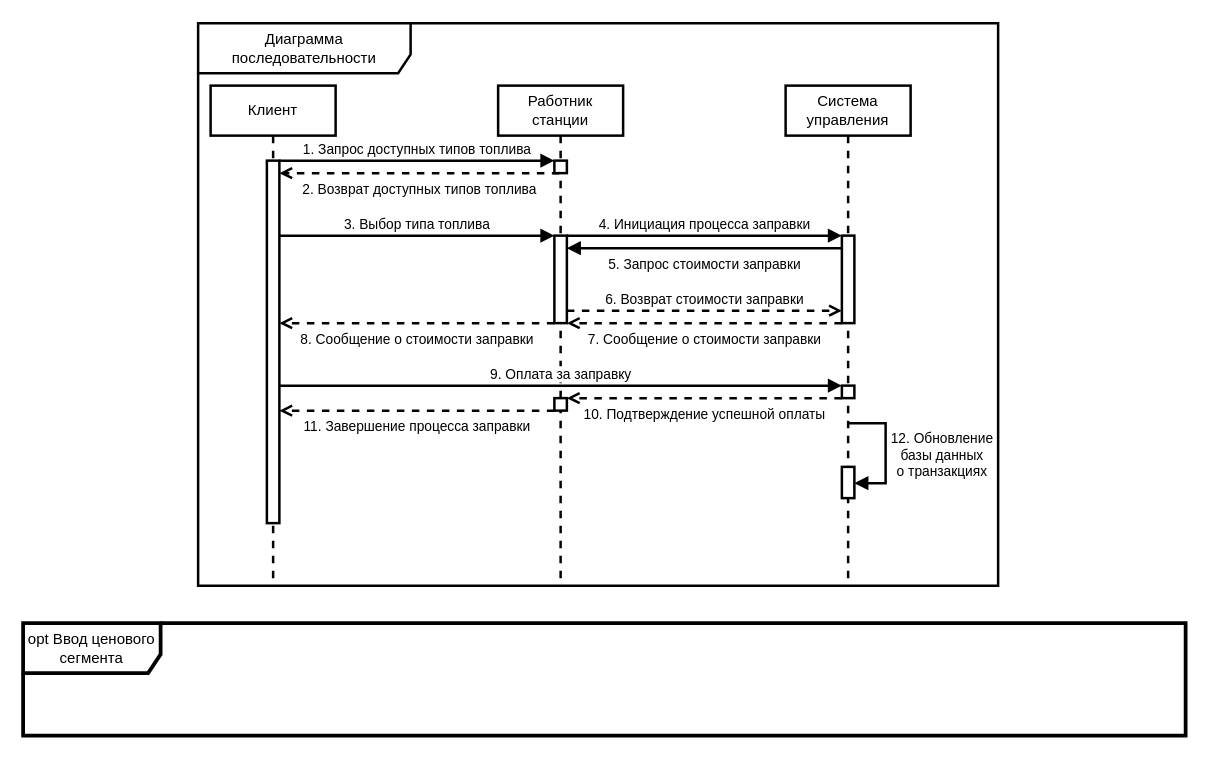
Earlier version of the draw.io diagram page "Page-1" (1 of 3) of 2.drawio (Helpmepleaseitishard/Aikms). Source tidied: cells renumbered, new cells numbered last; positions are measured from the earlier drawing's top-left corner, leaving out a move shared by most shapes. Both pictures are drawn from the tidied source at 125%, with x=0, y=0 at pixel (22, 22).
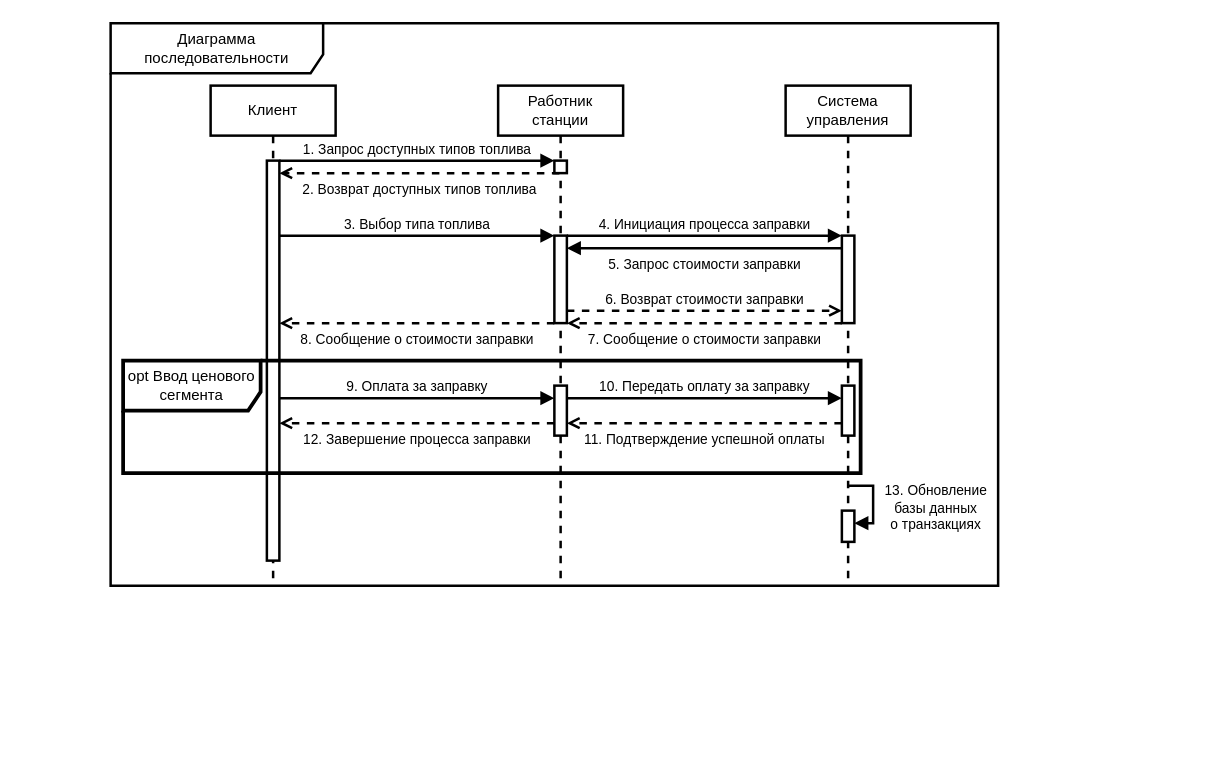
After the change.

The change refers to these unchanged cells:
```xml
<mxCell id="3" value="Клиент" style="shape=umlLifeline;perimeter=lifelinePerimeter;whiteSpace=wrap;html=1;newEdgeStyle={&quot;curved&quot;:0,&quot;rounded&quot;:0};strokeWidth=2;" parent="1" vertex="1">
  <mxGeometry x="150" y="50" width="100" height="400" as="geometry" />
</mxCell>
<mxCell id="5" value="Работник станции" style="shape=umlLifeline;perimeter=lifelinePerimeter;whiteSpace=wrap;html=1;outlineConnect=0;portConstraint=eastwest;newEdgeStyle={&quot;curved&quot;:0,&quot;rounded&quot;:0};strokeWidth=2;" parent="1" vertex="1">
  <mxGeometry x="380" y="50" width="100" height="400" as="geometry" />
</mxCell>
<mxCell id="9" value="Система управления" style="shape=umlLifeline;perimeter=lifelinePerimeter;whiteSpace=wrap;html=1;newEdgeStyle={&quot;curved&quot;:0,&quot;rounded&quot;:0};strokeWidth=2;" parent="1" vertex="1">
  <mxGeometry x="610" y="50" width="100" height="400" as="geometry" />
</mxCell>
```

Diff of the diagram source:
```diff
@@
     <mxCell id="2" value="Диаграмма последовательности" style="shape=umlFrame;whiteSpace=wrap;html=1;width=170;height=40;strokeWidth=2;" parent="1" vertex="1">
-      <mxGeometry x="140" width="640" height="450" as="geometry" />
+      <mxGeometry x="70" width="710" height="450" as="geometry" />
     </mxCell>
@@
     <mxCell id="4" style="html=1;points=[[0,0,0,0,5],[0,1,0,0,-5],[1,0,0,0,5],[1,1,0,0,-5]];perimeter=orthogonalPerimeter;outlineConnect=0;targetShapes=umlLifeline;portConstraint=eastwest;newEdgeStyle={&quot;curved&quot;:0,&quot;rounded&quot;:0};strokeWidth=2;" parent="3" vertex="1">
-      <mxGeometry x="45" y="60" width="10" height="290" as="geometry" />
+      <mxGeometry x="45" y="60" width="10" height="320" as="geometry" />
     </mxCell>
@@
     <mxCell id="8" style="html=1;points=[[0,0,0,0,5],[0,1,0,0,-5],[1,0,0,0,5],[1,1,0,0,-5]];perimeter=orthogonalPerimeter;outlineConnect=0;targetShapes=umlLifeline;portConstraint=eastwest;newEdgeStyle={&quot;curved&quot;:0,&quot;rounded&quot;:0};strokeWidth=2;" parent="5" vertex="1">
-      <mxGeometry x="45" y="250" width="10" height="10" as="geometry" />
+      <mxGeometry x="45" y="240" width="10" height="40" as="geometry" />
     </mxCell>
@@
     <mxCell id="11" style="html=1;points=[[0,0,0,0,5],[0,1,0,0,-5],[1,0,0,0,5],[1,1,0,0,-5]];perimeter=orthogonalPerimeter;outlineConnect=0;targetShapes=umlLifeline;portConstraint=eastwest;newEdgeStyle={&quot;curved&quot;:0,&quot;rounded&quot;:0};strokeWidth=2;" parent="9" vertex="1">
-      <mxGeometry x="45" y="240" width="10" height="10" as="geometry" />
+      <mxGeometry x="45" y="240" width="10" height="40" as="geometry" />
     </mxCell>
-    <mxCell id="12" value="12. Обновление &lt;br&gt;базы данных &lt;br&gt;о транзакциях" style="html=1;verticalAlign=bottom;endArrow=block;curved=0;rounded=0;strokeWidth=2;" parent="9" edge="1" target="13">
-      <mxGeometry x="0.62" y="-50" relative="1" as="geometry">
-        <mxPoint x="50" y="270" as="sourcePoint" />
+    <mxCell id="12" value="13. Обновление &lt;br&gt;базы данных &lt;br&gt;о транзакциях" style="html=1;verticalAlign=bottom;endArrow=block;curved=0;rounded=0;strokeWidth=2;" parent="9" edge="1" target="13">
+      <mxGeometry x="0.54" y="51" relative="1" as="geometry">
+        <mxPoint x="50" y="320" as="sourcePoint" />
         <Array as="points">
-          <mxPoint x="50" y="270" />
-          <mxPoint x="80" y="270" />
-          <mxPoint x="80" y="318" />
+          <mxPoint x="50" y="320" />
+          <mxPoint x="70" y="320" />
+          <mxPoint x="70" y="340" />
+          <mxPoint x="70" y="350" />
         </Array>
-        <mxPoint x="50" y="50" as="offset" />
+        <mxPoint x="50" y="-41" as="offset" />
       </mxGeometry>
     </mxCell>
     <mxCell id="13" style="html=1;points=[[0,0,0,0,5],[0,1,0,0,-5],[1,0,0,0,5],[1,1,0,0,-5]];perimeter=orthogonalPerimeter;outlineConnect=0;targetShapes=umlLifeline;portConstraint=eastwest;newEdgeStyle={&quot;curved&quot;:0,&quot;rounded&quot;:0};strokeWidth=2;" parent="9" vertex="1">
-      <mxGeometry x="45" y="305" width="10" height="25" as="geometry" />
+      <mxGeometry x="45" y="340" width="10" height="25" as="geometry" />
     </mxCell>
@@
-    <mxCell id="22" value="9. Оплата за заправку" style="html=1;verticalAlign=bottom;endArrow=block;curved=0;rounded=0;strokeWidth=2;" parent="1" edge="1" source="4" target="11">
+    <mxCell id="22" value="9. Оплата за заправку" style="html=1;verticalAlign=bottom;endArrow=block;curved=0;rounded=0;strokeWidth=2;" parent="1" edge="1" target="8">
       <mxGeometry relative="1" as="geometry">
+        <mxPoint x="205" y="300" as="sourcePoint" />
         <Array as="points">
-          <mxPoint x="310" y="290" />
+          <mxPoint x="310" y="300" />
         </Array>
       </mxGeometry>
     </mxCell>
-    <mxCell id="23" value="10. Подтверждение успешной оплаты" style="html=1;verticalAlign=top;endArrow=open;curved=0;rounded=0;strokeWidth=2;dashed=1;endFill=0;" parent="1" edge="1" source="11" target="8">
-      <mxGeometry relative="1" as="geometry" />
+    <mxCell id="23" value="11. Подтверждение успешной оплаты" style="html=1;verticalAlign=top;endArrow=open;curved=0;rounded=0;strokeWidth=2;dashed=1;endFill=0;" parent="1" edge="1">
+      <mxGeometry relative="1" as="geometry">
+        <mxPoint x="655" y="320" as="sourcePoint" />
+        <mxPoint x="435" y="320" as="targetPoint" />
+      </mxGeometry>
     </mxCell>
-    <mxCell id="24" value="11. Завершение процесса заправки" style="html=1;verticalAlign=top;endArrow=open;curved=0;rounded=0;strokeWidth=2;dashed=1;endFill=0;" parent="1" edge="1" source="8" target="4">
+    <mxCell id="24" value="12. Завершение процесса заправки" style="html=1;verticalAlign=top;endArrow=open;curved=0;rounded=0;strokeWidth=2;dashed=1;endFill=0;" parent="1" edge="1" source="8">
       <mxGeometry relative="1" as="geometry">
+        <mxPoint x="205" y="320" as="targetPoint" />
         <Array as="points">
-          <mxPoint x="360" y="310" />
+          <mxPoint x="360" y="320" />
         </Array>
       </mxGeometry>
     </mxCell>
     <mxCell id="25" value="opt Ввод ценового сегмента" style="shape=umlFrame;whiteSpace=wrap;html=1;strokeWidth=3;width=110;height=40;" parent="1" vertex="1">
-      <mxGeometry y="480" width="930" height="90" as="geometry" />
+      <mxGeometry x="80" y="270" width="590" height="90" as="geometry" />
     </mxCell>
+    <mxCell id="26" value="10. Передать оплату за заправку" style="html=1;verticalAlign=bottom;endArrow=block;curved=0;rounded=0;strokeWidth=2;" parent="1" edge="1" source="8" target="11">
+      <mxGeometry relative="1" as="geometry">
+        <Array as="points">
+          <mxPoint x="535" y="300" />
+        </Array>
+      </mxGeometry>
+    </mxCell>
```
